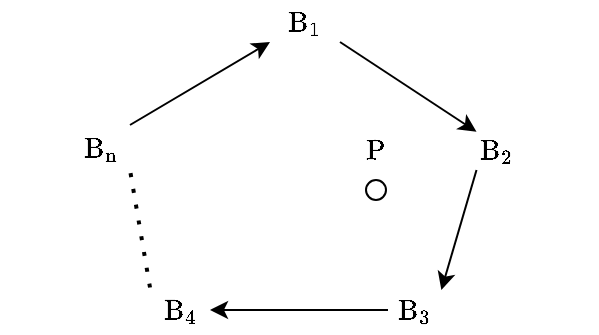
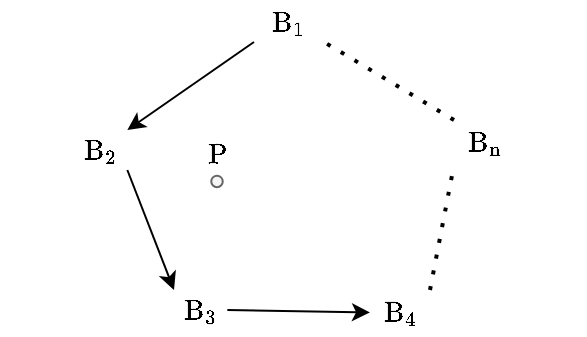
<mxfile host="Electron">
  <diagram name="Page-1" id="L9B671Nq5S4uKxBP3DJT">
-     <mxGraphModel dx="774" dy="562" grid="1" gridSize="10" guides="1" tooltips="1" connect="1" arrows="1" fold="1" page="1" pageScale="1" pageWidth="850" pageHeight="1100" math="1" shadow="0">
+     <mxGraphModel dx="553" dy="401" grid="1" gridSize="10" guides="1" tooltips="1" connect="1" arrows="1" fold="1" page="1" pageScale="1" pageWidth="850" pageHeight="1100" math="1" shadow="0">
      <root>
        <mxCell id="0" />
        <mxCell id="1" parent="0" />
        <mxCell id="IhCL1SCou5IvZ2IZmm1U-1" parent="1" style="text;html=1;whiteSpace=wrap;strokeColor=none;fillColor=none;align=center;verticalAlign=middle;rounded=0;" value="$$\mathrm{B_1}$$" vertex="1">
          <mxGeometry height="21" width="35" x="230" y="120" as="geometry" />
        </mxCell>
        <mxCell id="IhCL1SCou5IvZ2IZmm1U-3" parent="1" style="text;html=1;whiteSpace=wrap;strokeColor=none;fillColor=none;align=center;verticalAlign=middle;rounded=0;" value="$$\mathrm{B_2}$$" vertex="1">
-           <mxGeometry height="20" width="26.67" x="330" y="185" as="geometry" />
+           <mxGeometry height="20" width="26.67" x="140" y="185" as="geometry" />
        </mxCell>
        <mxCell id="IhCL1SCou5IvZ2IZmm1U-4" parent="1" style="text;html=1;whiteSpace=wrap;strokeColor=none;fillColor=none;align=center;verticalAlign=middle;rounded=0;" value="$$\mathrm{B_3}$$" vertex="1">
-           <mxGeometry height="20" width="26.67" x="289" y="265" as="geometry" />
+           <mxGeometry height="20" width="26.67" x="190" y="265" as="geometry" />
        </mxCell>
        <mxCell id="IhCL1SCou5IvZ2IZmm1U-5" parent="1" style="text;html=1;whiteSpace=wrap;strokeColor=none;fillColor=none;align=center;verticalAlign=middle;rounded=0;" value="$$\mathrm{B_4}$$" vertex="1">
-           <mxGeometry height="22.5" width="30" x="170" y="263.75" as="geometry" />
+           <mxGeometry height="22.5" width="30" x="288" y="265" as="geometry" />
        </mxCell>
        <mxCell id="IhCL1SCou5IvZ2IZmm1U-6" parent="1" style="text;html=1;whiteSpace=wrap;strokeColor=none;fillColor=none;align=center;verticalAlign=middle;rounded=0;" value="$$\mathrm{B_n}$$" vertex="1">
-           <mxGeometry height="22.5" width="30" x="130" y="182.5" as="geometry" />
+           <mxGeometry height="22.5" width="30" x="330" y="180" as="geometry" />
        </mxCell>
-         <mxCell id="IhCL1SCou5IvZ2IZmm1U-7" edge="1" parent="1" source="IhCL1SCou5IvZ2IZmm1U-1" style="endArrow=classic;html=1;rounded=0;entryX=0.122;entryY=0.044;entryDx=0;entryDy=0;entryPerimeter=0;exitX=1;exitY=1;exitDx=0;exitDy=0;" target="IhCL1SCou5IvZ2IZmm1U-3" value="">
+         <mxCell id="pllqEQrOuS8TP5VdwnOQ-3" edge="1" parent="1" source="IhCL1SCou5IvZ2IZmm1U-1" style="endArrow=classic;html=1;rounded=0;entryX=1;entryY=0;entryDx=0;entryDy=0;exitX=0;exitY=1;exitDx=0;exitDy=0;" target="IhCL1SCou5IvZ2IZmm1U-3" value="">
          <mxGeometry height="50" relative="1" width="50" as="geometry">
-             <mxPoint x="300" y="150" as="sourcePoint" />
-             <mxPoint x="350" y="200" as="targetPoint" />
+             <mxPoint x="490" y="290" as="sourcePoint" />
+             <mxPoint x="579" y="290" as="targetPoint" />
          </mxGeometry>
        </mxCell>
-         <mxCell id="IhCL1SCou5IvZ2IZmm1U-8" edge="1" parent="1" source="IhCL1SCou5IvZ2IZmm1U-3" style="endArrow=classic;html=1;rounded=0;entryX=1;entryY=0;entryDx=0;entryDy=0;exitX=0.122;exitY=1;exitDx=0;exitDy=0;exitPerimeter=0;" target="IhCL1SCou5IvZ2IZmm1U-4" value="">
+         <mxCell id="pllqEQrOuS8TP5VdwnOQ-7" connectable="0" parent="1" style="group" value="" vertex="1">
+           <mxGeometry height="25" width="23" x="200" y="190" as="geometry" />
+         </mxCell>
+         <mxCell id="IhCL1SCou5IvZ2IZmm1U-16" parent="pllqEQrOuS8TP5VdwnOQ-7" style="ellipse;whiteSpace=wrap;html=1;aspect=fixed;fillStyle=auto;fillColor=#f5f5f5;fontColor=#333333;strokeColor=#666666;" value="" vertex="1">
+           <mxGeometry height="5.75" width="5.75" x="8.625" y="17.857142857142858" as="geometry" />
+         </mxCell>
+         <mxCell id="IhCL1SCou5IvZ2IZmm1U-17" parent="pllqEQrOuS8TP5VdwnOQ-7" style="text;html=1;whiteSpace=wrap;strokeColor=none;fillColor=none;align=center;verticalAlign=middle;rounded=0;" value="$$\mathrm{P}$$" vertex="1">
+           <mxGeometry height="14.285714285714286" width="23" as="geometry" />
+         </mxCell>
+         <mxCell id="pllqEQrOuS8TP5VdwnOQ-8" edge="1" parent="1" source="IhCL1SCou5IvZ2IZmm1U-3" style="endArrow=classic;html=1;rounded=0;entryX=0;entryY=0;entryDx=0;entryDy=0;exitX=1;exitY=1;exitDx=0;exitDy=0;" target="IhCL1SCou5IvZ2IZmm1U-4" value="">
          <mxGeometry height="50" relative="1" width="50" as="geometry">
-             <mxPoint x="520" y="280" as="sourcePoint" />
-             <mxPoint x="557" y="311" as="targetPoint" />
+             <mxPoint x="453" y="330" as="sourcePoint" />
+             <mxPoint x="390" y="374" as="targetPoint" />
          </mxGeometry>
        </mxCell>
-         <mxCell id="IhCL1SCou5IvZ2IZmm1U-9" edge="1" parent="1" source="IhCL1SCou5IvZ2IZmm1U-4" style="endArrow=classic;html=1;rounded=0;entryX=1;entryY=0.5;entryDx=0;entryDy=0;exitX=0;exitY=0.5;exitDx=0;exitDy=0;" target="IhCL1SCou5IvZ2IZmm1U-5" value="">
+         <mxCell id="pllqEQrOuS8TP5VdwnOQ-9" edge="1" parent="1" source="IhCL1SCou5IvZ2IZmm1U-4" style="endArrow=classic;html=1;rounded=0;entryX=0;entryY=0.5;entryDx=0;entryDy=0;exitX=1;exitY=0.5;exitDx=0;exitDy=0;" target="IhCL1SCou5IvZ2IZmm1U-5" value="">
          <mxGeometry height="50" relative="1" width="50" as="geometry">
-             <mxPoint x="437" y="410" as="sourcePoint" />
-             <mxPoint x="420" y="450" as="targetPoint" />
+             <mxPoint x="503" y="360" as="sourcePoint" />
+             <mxPoint x="440" y="404" as="targetPoint" />
          </mxGeometry>
        </mxCell>
-         <mxCell id="IhCL1SCou5IvZ2IZmm1U-12" edge="1" parent="1" source="IhCL1SCou5IvZ2IZmm1U-6" style="endArrow=classic;html=1;rounded=0;entryX=0;entryY=1;entryDx=0;entryDy=0;exitX=1;exitY=0;exitDx=0;exitDy=0;" target="IhCL1SCou5IvZ2IZmm1U-1" value="">
+         <mxCell id="pllqEQrOuS8TP5VdwnOQ-11" edge="1" parent="1" source="IhCL1SCou5IvZ2IZmm1U-5" style="endArrow=none;dashed=1;html=1;dashPattern=1 3;strokeWidth=2;rounded=0;exitX=1;exitY=0;exitDx=0;exitDy=0;entryX=0;entryY=1;entryDx=0;entryDy=0;" target="IhCL1SCou5IvZ2IZmm1U-6" value="">
          <mxGeometry height="50" relative="1" width="50" as="geometry">
-             <mxPoint x="290" y="420" as="sourcePoint" />
-             <mxPoint x="290" y="350" as="targetPoint" />
+             <mxPoint x="360" y="280" as="sourcePoint" />
+             <mxPoint x="410" y="230" as="targetPoint" />
          </mxGeometry>
        </mxCell>
-         <mxCell id="IhCL1SCou5IvZ2IZmm1U-13" edge="1" parent="1" source="IhCL1SCou5IvZ2IZmm1U-5" style="endArrow=none;dashed=1;html=1;dashPattern=1 3;strokeWidth=2;rounded=0;entryX=1;entryY=1;entryDx=0;entryDy=0;exitX=0;exitY=0;exitDx=0;exitDy=0;" target="IhCL1SCou5IvZ2IZmm1U-6" value="">
+         <mxCell id="pllqEQrOuS8TP5VdwnOQ-12" edge="1" parent="1" source="IhCL1SCou5IvZ2IZmm1U-6" style="endArrow=none;dashed=1;html=1;dashPattern=1 3;strokeWidth=2;rounded=0;exitX=0;exitY=0;exitDx=0;exitDy=0;entryX=1;entryY=1;entryDx=0;entryDy=0;" target="IhCL1SCou5IvZ2IZmm1U-1" value="">
          <mxGeometry height="50" relative="1" width="50" as="geometry">
-             <mxPoint x="370" y="320" as="sourcePoint" />
-             <mxPoint x="420" y="270" as="targetPoint" />
+             <mxPoint x="460" y="332" as="sourcePoint" />
+             <mxPoint x="482" y="270" as="targetPoint" />
          </mxGeometry>
-         </mxCell>
-         <mxCell id="IhCL1SCou5IvZ2IZmm1U-16" parent="1" style="ellipse;whiteSpace=wrap;html=1;aspect=fixed;fillStyle=auto;fillColor=default;gradientColor=none;" value="" vertex="1">
-           <mxGeometry height="10" width="10" x="278" y="210" as="geometry" />
-         </mxCell>
-         <mxCell id="IhCL1SCou5IvZ2IZmm1U-17" parent="1" style="text;html=1;whiteSpace=wrap;strokeColor=none;fillColor=none;align=center;verticalAlign=middle;rounded=0;" value="$$\mathrm{P}$$" vertex="1">
-           <mxGeometry height="20" width="40" x="263" y="185" as="geometry" />
        </mxCell>
      </root>
    </mxGraphModel>
  </diagram>
</mxfile>
